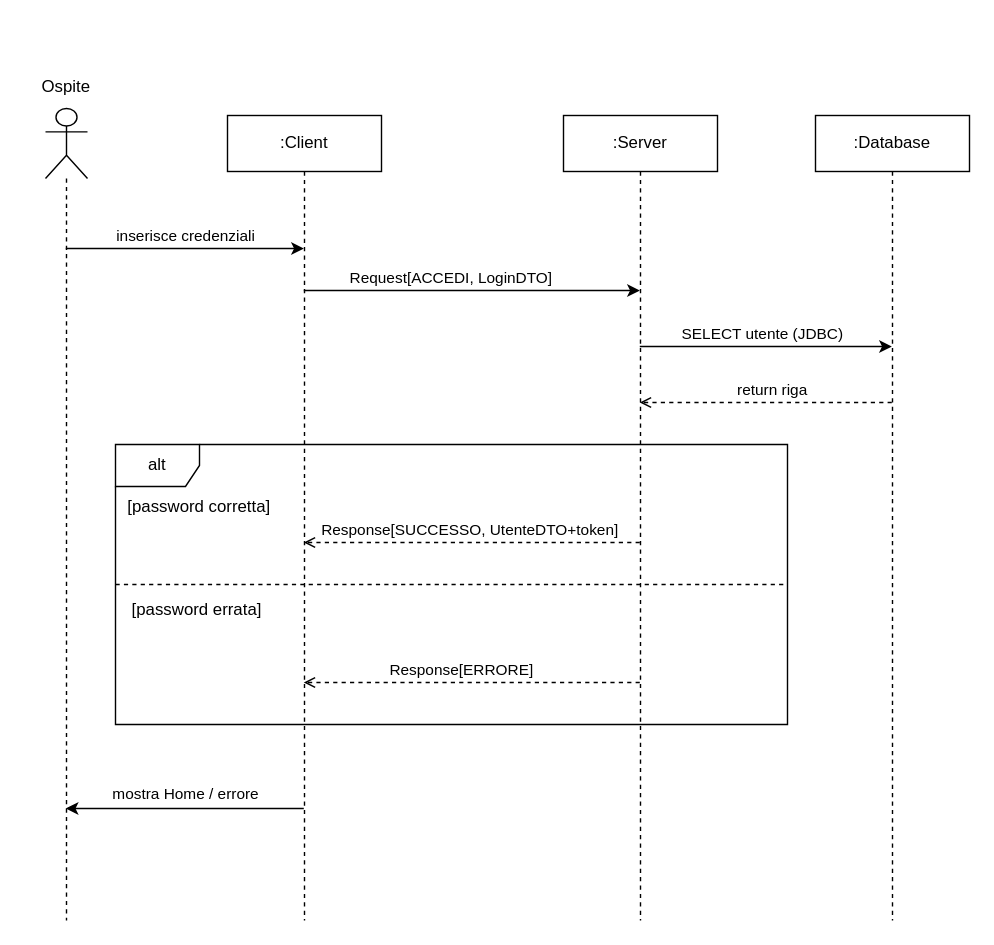
Earlier version of the draw.io diagram page "LoginAstratto" (2 of 10) of Progettazione/1_Doc. Conclusi/Diagrammi/SequenceDiagram.drawio (FloshDev/TheKnife-B). Source tidied: cells renumbered, new cells numbered last; positions are measured from the earlier drawing's top-left corner, leaving out a move shared by most shapes. Both pictures are drawn from the tidied source at 140%, with x=0, y=0 at pixel (24, 66).
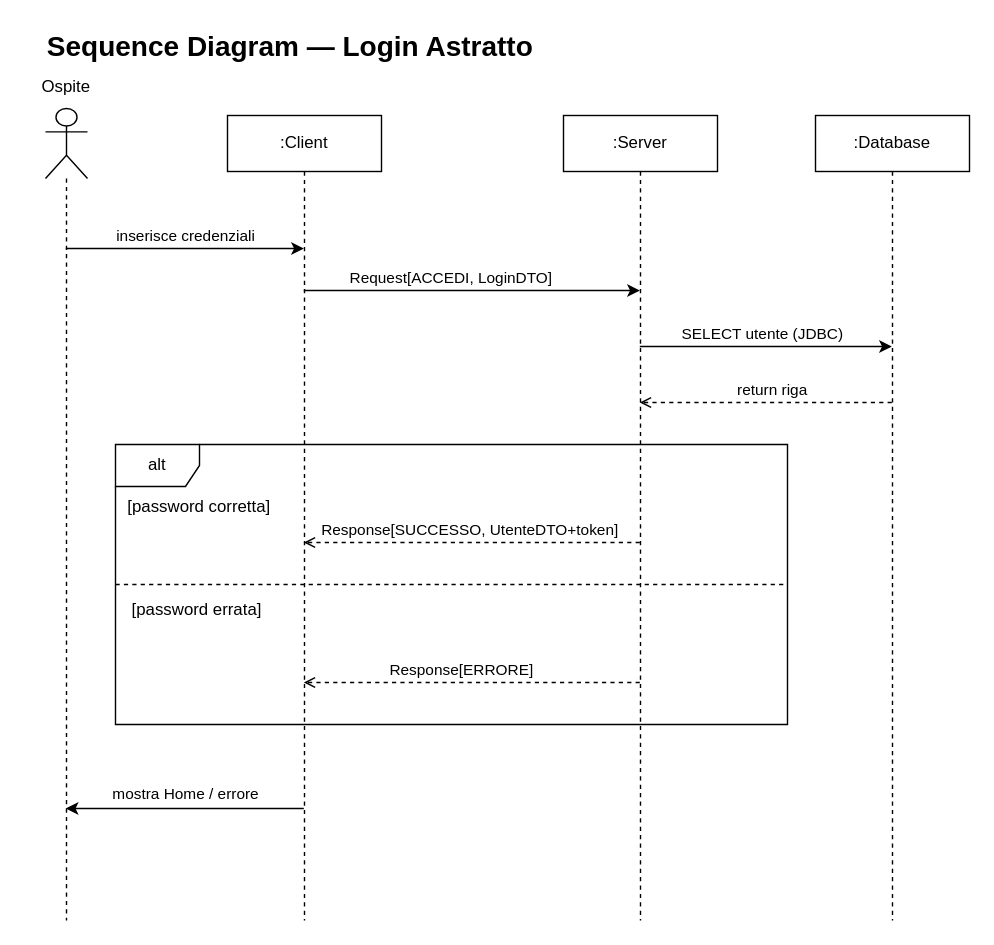
The same diagram, later.

The edit, as a diff of the source:
```diff
@@
+    <mxCell id="24" value="&lt;font style=&quot;font-size: 20px;&quot;&gt;&lt;b style=&quot;&quot;&gt;Sequence Diagram — Login Astratto&lt;/b&gt;&lt;/font&gt;" style="text;html=1;whiteSpace=wrap;strokeColor=none;fillColor=none;align=center;verticalAlign=middle;rounded=0;" parent="1" vertex="1">
+      <mxGeometry x="15" y="-30" width="350" height="30" as="geometry" />
+    </mxCell>
```
